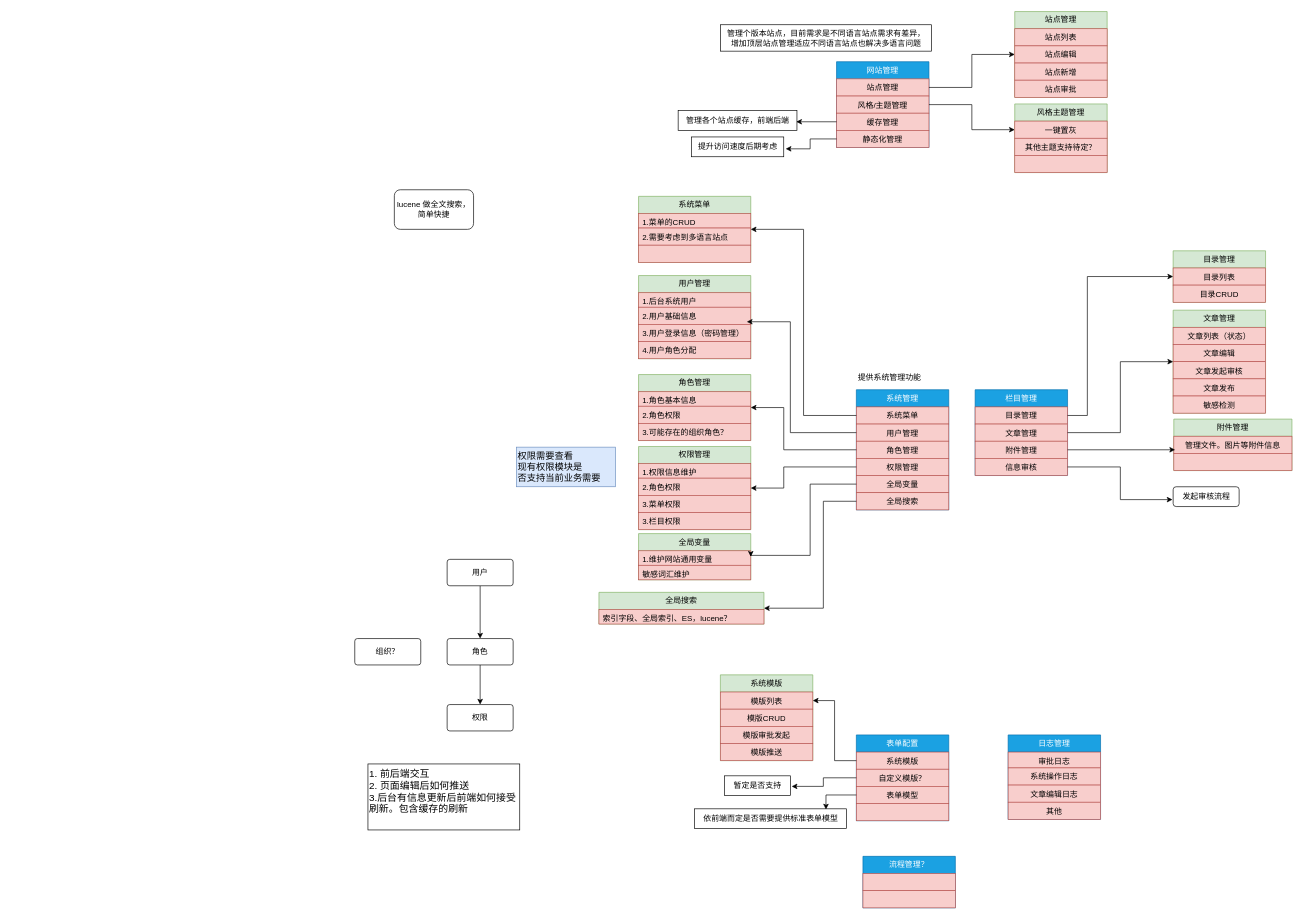
This is page "CMS技术架构" (3 of 4) of design-uml/thought work.drawio from alvin-zj/MyUml, a draw.io file, before an edit. Source tidied: cells renumbered, new cells numbered last; positions are measured from the earlier drawing's top-left corner, leaving out a move shared by most shapes. Both pictures are drawn from the tidied source at 66%, with x=0, y=0 at pixel (354, 11).
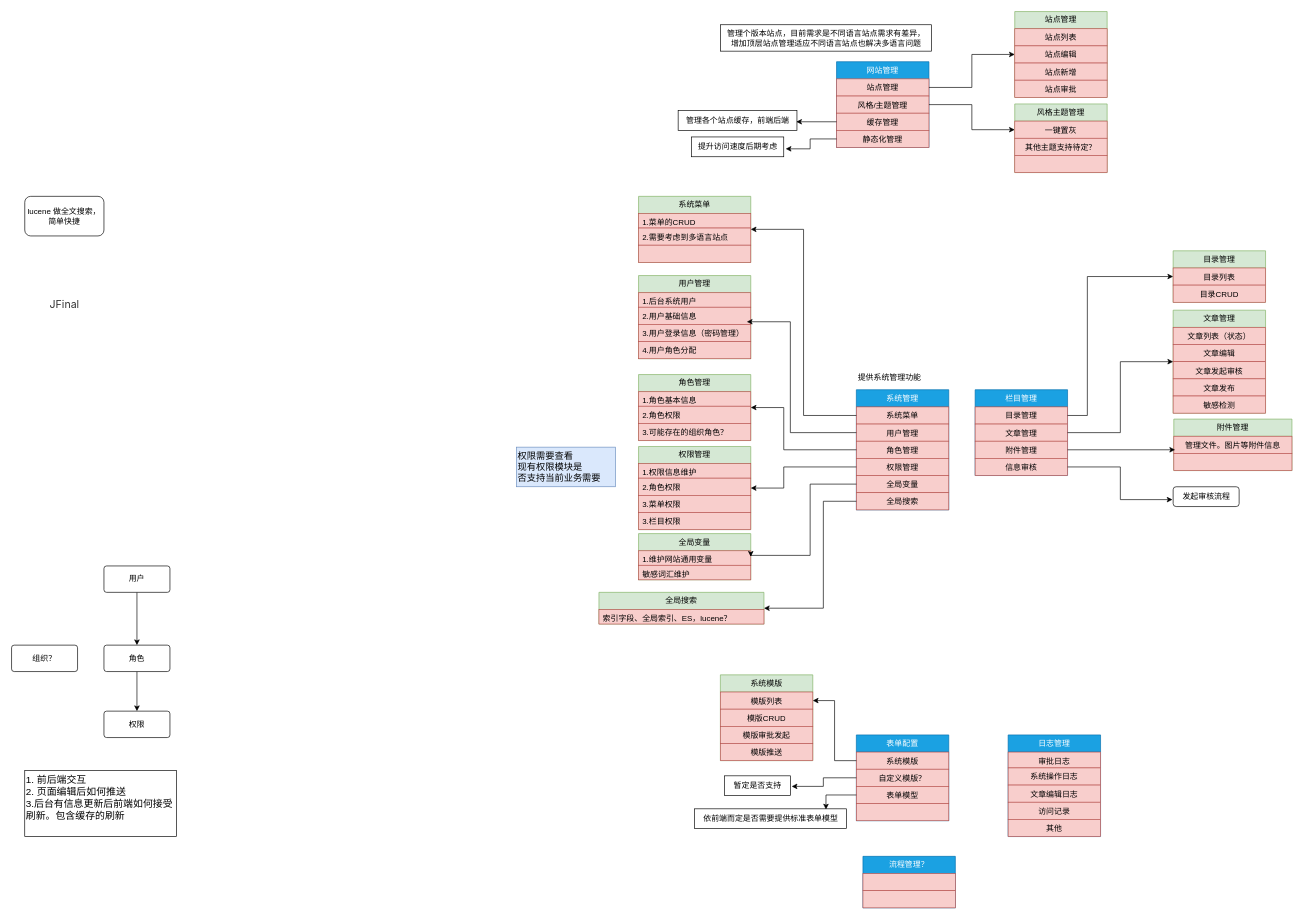
The same diagram, later.

Change to the diagram source:
```diff
@@
     <mxCell id="43" value="用户" style="rounded=1;arcSize=10;whiteSpace=wrap;html=1;align=center;" parent="1" vertex="1">
-      <mxGeometry x="140" y="830" width="100" height="40" as="geometry" />
+      <mxGeometry x="-380" y="840" width="100" height="40" as="geometry" />
     </mxCell>
@@
     <mxCell id="45" value="角色" style="rounded=1;arcSize=10;whiteSpace=wrap;html=1;align=center;" parent="1" vertex="1">
-      <mxGeometry x="140" y="950" width="100" height="40" as="geometry" />
+      <mxGeometry x="-380" y="960" width="100" height="40" as="geometry" />
     </mxCell>
     <mxCell id="46" value="权限" style="rounded=1;arcSize=10;whiteSpace=wrap;html=1;align=center;" parent="1" vertex="1">
-      <mxGeometry x="140" y="1050" width="100" height="40" as="geometry" />
+      <mxGeometry x="-380" y="1060" width="100" height="40" as="geometry" />
     </mxCell>
     <mxCell id="47" value="组织？" style="rounded=1;arcSize=10;whiteSpace=wrap;html=1;align=center;" parent="1" vertex="1">
-      <mxGeometry y="950" width="100" height="40" as="geometry" />
+      <mxGeometry x="-520" y="960" width="100" height="40" as="geometry" />
     </mxCell>
@@
     <mxCell id="66" value="1. 前后端交互&lt;div&gt;2. 页面编辑后如何推送&lt;/div&gt;&lt;div&gt;3.后台有信息更新后前端如何接受刷新。包含缓存的刷新&lt;/div&gt;&lt;div&gt;&lt;br&gt;&lt;/div&gt;" style="whiteSpace=wrap;html=1;align=left;fontSize=15;" parent="1" vertex="1">
-      <mxGeometry x="20" y="1140" width="230" height="100" as="geometry" />
+      <mxGeometry x="-500" y="1150" width="230" height="100" as="geometry" />
     </mxCell>
     <mxCell id="67" value="lucene 做全文搜索，简单快捷" style="rounded=1;whiteSpace=wrap;html=1;" parent="1" vertex="1">
-      <mxGeometry x="60" y="270" width="120" height="60" as="geometry" />
+      <mxGeometry x="-500" y="280" width="120" height="60" as="geometry" />
     </mxCell>
@@
     <mxCell id="100" value="日志管理" style="swimlane;fontStyle=0;horizontal=1;startSize=26;fillColor=#1ba1e2;whiteSpace=wrap;html=1;strokeColor=#006EAF;fontColor=#ffffff;" parent="1" vertex="1">
-      <mxGeometry x="990" y="1096" width="140" height="128" as="geometry" />
+      <mxGeometry x="990" y="1096" width="140" height="154" as="geometry" />
     </mxCell>
@@
+    <mxCell id="114" value="访问记录" style="text;strokeColor=#b85450;fillColor=#f8cecc;align=center;verticalAlign=top;spacingLeft=4;spacingRight=4;overflow=hidden;whiteSpace=wrap;html=1;" parent="100" vertex="1">
+      <mxGeometry y="102" width="140" height="26" as="geometry" />
+    </mxCell>
     <mxCell id="104" value="其他" style="text;strokeColor=#b85450;fillColor=#f8cecc;align=center;verticalAlign=top;spacingLeft=4;spacingRight=4;overflow=hidden;whiteSpace=wrap;html=1;" parent="100" vertex="1">
-      <mxGeometry y="102" width="140" height="26" as="geometry" />
+      <mxGeometry y="128" width="140" height="26" as="geometry" />
     </mxCell>
@@
+    <mxCell id="115" value="&lt;span style=&quot;color: rgb(51, 51, 51); font-family: -apple-system, Arial, Helvetica, sans-serif; font-size: 16px; text-align: left; text-wrap-mode: wrap; background-color: rgb(255, 255, 255);&quot;&gt;JFinal&lt;/span&gt;" style="text;html=1;align=center;verticalAlign=middle;strokeColor=none;fillColor=none;" parent="1" vertex="1">
+      <mxGeometry x="-475" y="428" width="70" height="30" as="geometry" />
+    </mxCell>
```
